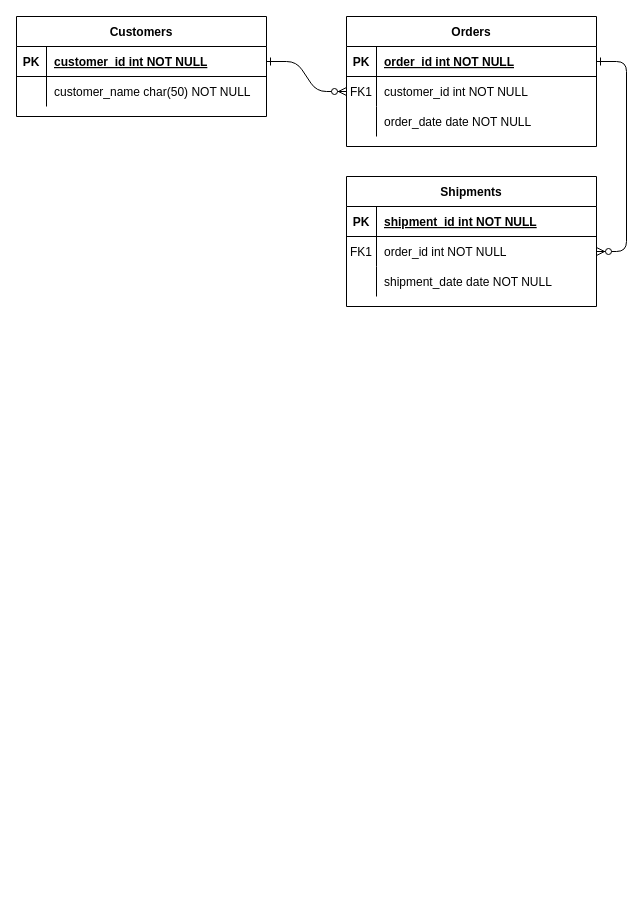
Earlier version of the draw.io diagram er-diagrams/sample-Diagram.drawio (sanmita13742/academic-portal-db-schema). Source tidied: cells renumbered, new cells numbered last; positions are measured from the earlier drawing's top-left corner, leaving out a move shared by most shapes. Both pictures are drawn from the tidied source at 100%, with x=0, y=0 at pixel (16, 16).
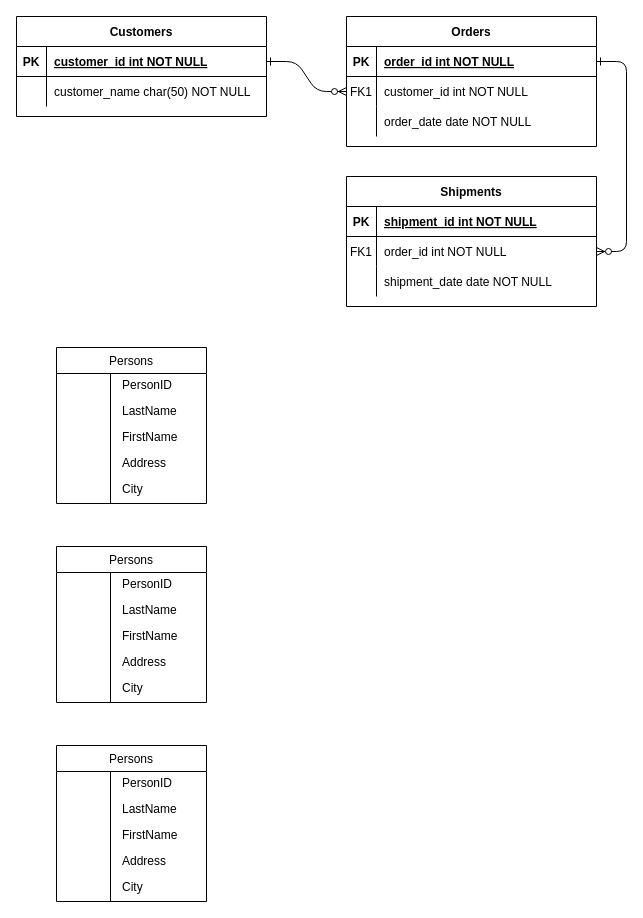
Above is the later version.

Change to the diagram source:
```diff
@@
+    <mxCell id="31" value="Persons" style="swimlane;fontStyle=0;horizontal=1;startSize=26;fillColor=default;swimlaneFillColor=default;align=center;" parent="1" vertex="1">
+      <mxGeometry x="40" y="331" width="150" height="156" as="geometry" />
+    </mxCell>
+    <mxCell id="32" value="PersonID" style="shape=partialRectangle;top=0;left=0;right=0;bottom=0;align=left;verticalAlign=top;spacingTop=-2;fillColor=none;spacingLeft=64;spacingRight=4;overflow=hidden;" parent="31" vertex="1">
+      <mxGeometry y="26" width="150" height="26" as="geometry" />
+    </mxCell>
+    <mxCell id="33" style="shape=partialRectangle;top=0;left=0;bottom=0;fillColor=none;align=left;verticalAlign=middle;spacingLeft=4;spacingRight=4;overflow=hidden;" parent="32" vertex="1">
+      <mxGeometry width="54" height="26" as="geometry" />
+    </mxCell>
+    <mxCell id="34" value="LastName" style="shape=partialRectangle;top=0;left=0;right=0;bottom=0;align=left;verticalAlign=top;spacingTop=-2;fillColor=none;spacingLeft=64;spacingRight=4;overflow=hidden;" parent="31" vertex="1">
+      <mxGeometry y="52" width="150" height="26" as="geometry" />
+    </mxCell>
+    <mxCell id="35" style="shape=partialRectangle;top=0;left=0;bottom=0;fillColor=none;align=left;verticalAlign=middle;spacingLeft=4;spacingRight=4;overflow=hidden;" parent="34" vertex="1">
+      <mxGeometry width="54" height="26" as="geometry" />
+    </mxCell>
+    <mxCell id="36" value="FirstName" style="shape=partialRectangle;top=0;left=0;right=0;bottom=0;align=left;verticalAlign=top;spacingTop=-2;fillColor=none;spacingLeft=64;spacingRight=4;overflow=hidden;" parent="31" vertex="1">
+      <mxGeometry y="78" width="150" height="26" as="geometry" />
+    </mxCell>
+    <mxCell id="37" style="shape=partialRectangle;top=0;left=0;bottom=0;fillColor=none;align=left;verticalAlign=middle;spacingLeft=4;spacingRight=4;overflow=hidden;" parent="36" vertex="1">
+      <mxGeometry width="54" height="26" as="geometry" />
+    </mxCell>
+    <mxCell id="38" value="Address" style="shape=partialRectangle;top=0;left=0;right=0;bottom=0;align=left;verticalAlign=top;spacingTop=-2;fillColor=none;spacingLeft=64;spacingRight=4;overflow=hidden;" parent="31" vertex="1">
+      <mxGeometry y="104" width="150" height="26" as="geometry" />
+    </mxCell>
+    <mxCell id="39" style="shape=partialRectangle;top=0;left=0;bottom=0;fillColor=none;align=left;verticalAlign=middle;spacingLeft=4;spacingRight=4;overflow=hidden;" parent="38" vertex="1">
+      <mxGeometry width="54" height="26" as="geometry" />
+    </mxCell>
+    <mxCell id="40" value="City" style="shape=partialRectangle;top=0;left=0;right=0;bottom=0;align=left;verticalAlign=top;spacingTop=-2;fillColor=none;spacingLeft=64;spacingRight=4;overflow=hidden;" parent="31" vertex="1">
+      <mxGeometry y="130" width="150" height="26" as="geometry" />
+    </mxCell>
+    <mxCell id="41" style="shape=partialRectangle;top=0;left=0;bottom=0;fillColor=none;align=left;verticalAlign=middle;spacingLeft=4;spacingRight=4;overflow=hidden;" parent="40" vertex="1">
+      <mxGeometry width="54" height="26" as="geometry" />
+    </mxCell>
+    <mxCell id="42" value="Persons" style="swimlane;fontStyle=0;horizontal=1;startSize=26;fillColor=default;swimlaneFillColor=default;align=center;" parent="1" vertex="1">
+      <mxGeometry x="40" y="530" width="150" height="156" as="geometry" />
+    </mxCell>
+    <mxCell id="43" value="PersonID" style="shape=partialRectangle;top=0;left=0;right=0;bottom=0;align=left;verticalAlign=top;spacingTop=-2;fillColor=none;spacingLeft=64;spacingRight=4;overflow=hidden;" parent="42" vertex="1">
+      <mxGeometry y="26" width="150" height="26" as="geometry" />
+    </mxCell>
+    <mxCell id="44" style="shape=partialRectangle;top=0;left=0;bottom=0;fillColor=none;align=left;verticalAlign=middle;spacingLeft=4;spacingRight=4;overflow=hidden;" parent="43" vertex="1">
+      <mxGeometry width="54" height="26" as="geometry" />
+    </mxCell>
+    <mxCell id="45" value="LastName" style="shape=partialRectangle;top=0;left=0;right=0;bottom=0;align=left;verticalAlign=top;spacingTop=-2;fillColor=none;spacingLeft=64;spacingRight=4;overflow=hidden;" parent="42" vertex="1">
+      <mxGeometry y="52" width="150" height="26" as="geometry" />
+    </mxCell>
+    <mxCell id="46" style="shape=partialRectangle;top=0;left=0;bottom=0;fillColor=none;align=left;verticalAlign=middle;spacingLeft=4;spacingRight=4;overflow=hidden;" parent="45" vertex="1">
+      <mxGeometry width="54" height="26" as="geometry" />
+    </mxCell>
+    <mxCell id="47" value="FirstName" style="shape=partialRectangle;top=0;left=0;right=0;bottom=0;align=left;verticalAlign=top;spacingTop=-2;fillColor=none;spacingLeft=64;spacingRight=4;overflow=hidden;" parent="42" vertex="1">
+      <mxGeometry y="78" width="150" height="26" as="geometry" />
+    </mxCell>
+    <mxCell id="48" style="shape=partialRectangle;top=0;left=0;bottom=0;fillColor=none;align=left;verticalAlign=middle;spacingLeft=4;spacingRight=4;overflow=hidden;" parent="47" vertex="1">
+      <mxGeometry width="54" height="26" as="geometry" />
+    </mxCell>
+    <mxCell id="49" value="Address" style="shape=partialRectangle;top=0;left=0;right=0;bottom=0;align=left;verticalAlign=top;spacingTop=-2;fillColor=none;spacingLeft=64;spacingRight=4;overflow=hidden;" parent="42" vertex="1">
+      <mxGeometry y="104" width="150" height="26" as="geometry" />
+    </mxCell>
+    <mxCell id="50" style="shape=partialRectangle;top=0;left=0;bottom=0;fillColor=none;align=left;verticalAlign=middle;spacingLeft=4;spacingRight=4;overflow=hidden;" parent="49" vertex="1">
+      <mxGeometry width="54" height="26" as="geometry" />
+    </mxCell>
+    <mxCell id="51" value="City" style="shape=partialRectangle;top=0;left=0;right=0;bottom=0;align=left;verticalAlign=top;spacingTop=-2;fillColor=none;spacingLeft=64;spacingRight=4;overflow=hidden;" parent="42" vertex="1">
+      <mxGeometry y="130" width="150" height="26" as="geometry" />
+    </mxCell>
+    <mxCell id="52" style="shape=partialRectangle;top=0;left=0;bottom=0;fillColor=none;align=left;verticalAlign=middle;spacingLeft=4;spacingRight=4;overflow=hidden;" parent="51" vertex="1">
+      <mxGeometry width="54" height="26" as="geometry" />
+    </mxCell>
+    <mxCell id="53" value="Persons" style="swimlane;fontStyle=0;horizontal=1;startSize=26;fillColor=default;swimlaneFillColor=default;align=center;" parent="1" vertex="1">
+      <mxGeometry x="40" y="729" width="150" height="156" as="geometry" />
+    </mxCell>
+    <mxCell id="54" value="PersonID" style="shape=partialRectangle;top=0;left=0;right=0;bottom=0;align=left;verticalAlign=top;spacingTop=-2;fillColor=none;spacingLeft=64;spacingRight=4;overflow=hidden;" parent="53" vertex="1">
+      <mxGeometry y="26" width="150" height="26" as="geometry" />
+    </mxCell>
+    <mxCell id="55" style="shape=partialRectangle;top=0;left=0;bottom=0;fillColor=none;align=left;verticalAlign=middle;spacingLeft=4;spacingRight=4;overflow=hidden;" parent="54" vertex="1">
+      <mxGeometry width="54" height="26" as="geometry" />
+    </mxCell>
+    <mxCell id="56" value="LastName" style="shape=partialRectangle;top=0;left=0;right=0;bottom=0;align=left;verticalAlign=top;spacingTop=-2;fillColor=none;spacingLeft=64;spacingRight=4;overflow=hidden;" parent="53" vertex="1">
+      <mxGeometry y="52" width="150" height="26" as="geometry" />
+    </mxCell>
+    <mxCell id="57" style="shape=partialRectangle;top=0;left=0;bottom=0;fillColor=none;align=left;verticalAlign=middle;spacingLeft=4;spacingRight=4;overflow=hidden;" parent="56" vertex="1">
+      <mxGeometry width="54" height="26" as="geometry" />
+    </mxCell>
+    <mxCell id="58" value="FirstName" style="shape=partialRectangle;top=0;left=0;right=0;bottom=0;align=left;verticalAlign=top;spacingTop=-2;fillColor=none;spacingLeft=64;spacingRight=4;overflow=hidden;" parent="53" vertex="1">
+      <mxGeometry y="78" width="150" height="26" as="geometry" />
+    </mxCell>
+    <mxCell id="59" style="shape=partialRectangle;top=0;left=0;bottom=0;fillColor=none;align=left;verticalAlign=middle;spacingLeft=4;spacingRight=4;overflow=hidden;" parent="58" vertex="1">
+      <mxGeometry width="54" height="26" as="geometry" />
+    </mxCell>
+    <mxCell id="60" value="Address" style="shape=partialRectangle;top=0;left=0;right=0;bottom=0;align=left;verticalAlign=top;spacingTop=-2;fillColor=none;spacingLeft=64;spacingRight=4;overflow=hidden;" parent="53" vertex="1">
+      <mxGeometry y="104" width="150" height="26" as="geometry" />
+    </mxCell>
+    <mxCell id="61" style="shape=partialRectangle;top=0;left=0;bottom=0;fillColor=none;align=left;verticalAlign=middle;spacingLeft=4;spacingRight=4;overflow=hidden;" parent="60" vertex="1">
+      <mxGeometry width="54" height="26" as="geometry" />
+    </mxCell>
+    <mxCell id="62" value="City" style="shape=partialRectangle;top=0;left=0;right=0;bottom=0;align=left;verticalAlign=top;spacingTop=-2;fillColor=none;spacingLeft=64;spacingRight=4;overflow=hidden;" parent="53" vertex="1">
+      <mxGeometry y="130" width="150" height="26" as="geometry" />
+    </mxCell>
+    <mxCell id="63" style="shape=partialRectangle;top=0;left=0;bottom=0;fillColor=none;align=left;verticalAlign=middle;spacingLeft=4;spacingRight=4;overflow=hidden;" parent="62" vertex="1">
+      <mxGeometry width="54" height="26" as="geometry" />
+    </mxCell>
```
